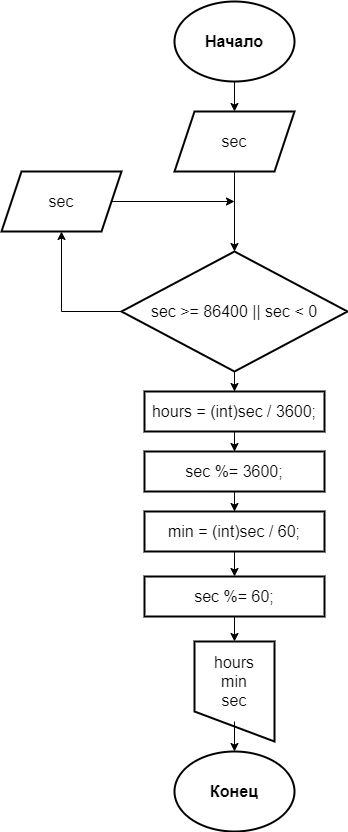
ga1kokuj1n/Lab1 keeps this draw.io diagram as Lab1/Lab1.2/Lab1.2.drawio.png. Above is the earlier version. Source tidied: cells renumbered, new cells last; positions are measured from the earlier drawing's top-left corner, leaving out a move shared by most shapes.
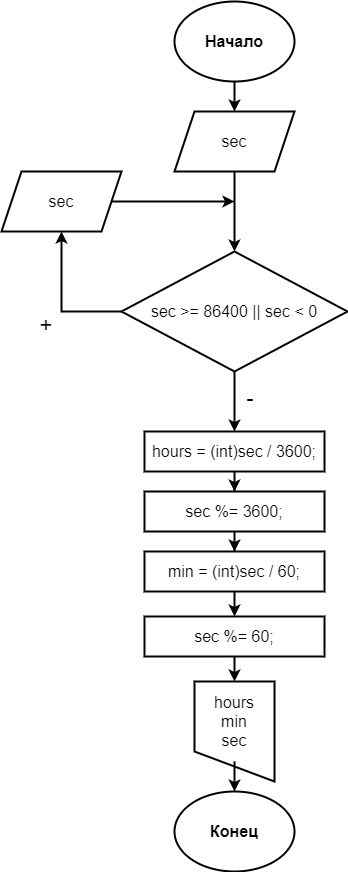
The same diagram one commit later.

The edit, as a diff of the source:
```diff
@@ -2,60 +2,60 @@
   <root>
     <mxCell id="0" />
     <mxCell id="1" parent="0" />
-    <mxCell id="2" style="edgeStyle=orthogonalEdgeStyle;rounded=0;jettySize=auto;html=1;entryX=0.5;entryY=0;entryDx=0;entryDy=0;fontSize=16;" parent="1" edge="1" source="3" target="5">
+    <mxCell id="2" style="edgeStyle=orthogonalEdgeStyle;rounded=0;jettySize=auto;html=1;entryX=0.5;entryY=0;entryDx=0;entryDy=0;fontSize=16;strokeWidth=2;" parent="1" edge="1" source="3" target="5">
       <mxGeometry relative="1" as="geometry" />
     </mxCell>
     <mxCell id="3" value="&lt;b&gt;&lt;font style=&quot;font-size: 16px&quot;&gt;Начало&lt;/font&gt;&lt;/b&gt;" style="ellipse;whiteSpace=wrap;html=1;strokeWidth=2;" parent="1" vertex="1">
-      <mxGeometry x="173" width="120" height="80" as="geometry" />
+      <mxGeometry x="173" y="-40" width="120" height="80" as="geometry" />
     </mxCell>
-    <mxCell id="4" style="edgeStyle=orthogonalEdgeStyle;rounded=0;jettySize=auto;html=1;entryX=0.5;entryY=0;entryDx=0;entryDy=0;fontSize=16;exitX=0.5;exitY=1;exitDx=0;exitDy=0;" parent="1" edge="1" source="5" target="8">
+    <mxCell id="4" style="edgeStyle=orthogonalEdgeStyle;rounded=0;jettySize=auto;html=1;entryX=0.5;entryY=0;entryDx=0;entryDy=0;fontSize=16;exitX=0.5;exitY=1;exitDx=0;exitDy=0;strokeWidth=2;" parent="1" edge="1" source="5" target="8">
       <mxGeometry relative="1" as="geometry" />
     </mxCell>
     <mxCell id="5" value="sec" style="shape=parallelogram;perimeter=parallelogramPerimeter;whiteSpace=wrap;html=1;fixedSize=1;fontSize=16;strokeWidth=2;" parent="1" vertex="1">
-      <mxGeometry x="173" y="110" width="120" height="60" as="geometry" />
+      <mxGeometry x="173" y="70" width="120" height="60" as="geometry" />
     </mxCell>
-    <mxCell id="6" style="rounded=0;jettySize=auto;html=1;fontSize=16;exitX=0;exitY=0.5;exitDx=0;exitDy=0;edgeStyle=orthogonalEdgeStyle;" parent="1" edge="1" source="8" target="10">
+    <mxCell id="6" style="rounded=0;jettySize=auto;html=1;fontSize=16;exitX=0;exitY=0.5;exitDx=0;exitDy=0;edgeStyle=orthogonalEdgeStyle;strokeWidth=2;" parent="1" edge="1" source="8" target="10">
       <mxGeometry relative="1" as="geometry" />
     </mxCell>
-    <mxCell id="7" style="edgeStyle=orthogonalEdgeStyle;rounded=0;jettySize=auto;html=1;entryX=0.5;entryY=0;entryDx=0;entryDy=0;fontSize=16;" parent="1" edge="1" source="8" target="12">
+    <mxCell id="7" style="edgeStyle=orthogonalEdgeStyle;rounded=0;jettySize=auto;html=1;entryX=0.5;entryY=0;entryDx=0;entryDy=0;fontSize=16;strokeWidth=2;" parent="1" edge="1" source="8" target="12">
       <mxGeometry relative="1" as="geometry" />
     </mxCell>
     <mxCell id="8" value="sec &amp;gt;= 86400 || sec &amp;lt; 0" style="rhombus;whiteSpace=wrap;html=1;fontSize=16;strokeWidth=2;" parent="1" vertex="1">
-      <mxGeometry x="120" y="250" width="226" height="120" as="geometry" />
+      <mxGeometry x="120" y="210" width="226" height="120" as="geometry" />
     </mxCell>
-    <mxCell id="9" style="edgeStyle=orthogonalEdgeStyle;rounded=0;jettySize=auto;html=1;fontSize=16;" parent="1" edge="1" source="10">
+    <mxCell id="9" style="edgeStyle=orthogonalEdgeStyle;rounded=0;jettySize=auto;html=1;fontSize=16;strokeWidth=2;" parent="1" edge="1" source="10">
       <mxGeometry relative="1" as="geometry">
-        <mxPoint x="233" y="200" as="targetPoint" />
+        <mxPoint x="233" y="160" as="targetPoint" />
       </mxGeometry>
     </mxCell>
     <mxCell id="10" value="sec" style="shape=parallelogram;perimeter=parallelogramPerimeter;whiteSpace=wrap;html=1;fixedSize=1;fontSize=16;strokeWidth=2;" parent="1" vertex="1">
-      <mxGeometry y="170" width="120" height="60" as="geometry" />
+      <mxGeometry y="130" width="120" height="60" as="geometry" />
     </mxCell>
-    <mxCell id="11" style="edgeStyle=orthogonalEdgeStyle;rounded=0;jettySize=auto;html=1;entryX=0.5;entryY=0;entryDx=0;entryDy=0;fontSize=16;" parent="1" edge="1" source="12" target="14">
+    <mxCell id="11" style="edgeStyle=orthogonalEdgeStyle;rounded=0;jettySize=auto;html=1;entryX=0.5;entryY=0;entryDx=0;entryDy=0;fontSize=16;strokeWidth=2;" parent="1" edge="1" source="12" target="14">
       <mxGeometry relative="1" as="geometry" />
     </mxCell>
     <mxCell id="12" value="hours = (int)sec / 3600;" style="whiteSpace=wrap;html=1;fontSize=16;strokeWidth=2;" parent="1" vertex="1">
       <mxGeometry x="143" y="390" width="180" height="40" as="geometry" />
     </mxCell>
-    <mxCell id="13" style="edgeStyle=orthogonalEdgeStyle;rounded=0;jettySize=auto;html=1;entryX=0.5;entryY=0;entryDx=0;entryDy=0;fontSize=16;" parent="1" edge="1" source="14" target="16">
+    <mxCell id="13" style="edgeStyle=orthogonalEdgeStyle;rounded=0;jettySize=auto;html=1;entryX=0.5;entryY=0;entryDx=0;entryDy=0;fontSize=16;strokeWidth=2;" parent="1" edge="1" source="14" target="16">
       <mxGeometry relative="1" as="geometry" />
     </mxCell>
     <mxCell id="14" value="sec %= 3600;" style="whiteSpace=wrap;html=1;fontSize=16;strokeWidth=2;" parent="1" vertex="1">
       <mxGeometry x="143" y="450" width="180" height="40" as="geometry" />
     </mxCell>
-    <mxCell id="15" style="edgeStyle=orthogonalEdgeStyle;rounded=0;jettySize=auto;html=1;entryX=0.5;entryY=0;entryDx=0;entryDy=0;fontSize=16;" parent="1" edge="1" source="16" target="18">
+    <mxCell id="15" style="edgeStyle=orthogonalEdgeStyle;rounded=0;jettySize=auto;html=1;entryX=0.5;entryY=0;entryDx=0;entryDy=0;fontSize=16;strokeWidth=2;" parent="1" edge="1" source="16" target="18">
       <mxGeometry relative="1" as="geometry" />
     </mxCell>
     <mxCell id="16" value="min = (int)sec / 60;" style="whiteSpace=wrap;html=1;fontSize=16;strokeWidth=2;" parent="1" vertex="1">
       <mxGeometry x="143" y="510" width="180" height="40" as="geometry" />
     </mxCell>
-    <mxCell id="17" style="edgeStyle=orthogonalEdgeStyle;rounded=0;jettySize=auto;html=1;fontSize=16;" parent="1" edge="1" source="18" target="20">
+    <mxCell id="17" style="edgeStyle=orthogonalEdgeStyle;rounded=0;jettySize=auto;html=1;fontSize=16;strokeWidth=2;" parent="1" edge="1" source="18" target="20">
       <mxGeometry relative="1" as="geometry" />
     </mxCell>
     <mxCell id="18" value="sec %= 60;" style="whiteSpace=wrap;html=1;fontSize=16;strokeWidth=2;" parent="1" vertex="1">
       <mxGeometry x="143" y="575" width="180" height="40" as="geometry" />
     </mxCell>
-    <mxCell id="19" style="group;" parent="1" vertex="1">
+    <mxCell id="19" style="group;strokeWidth=2;" parent="1" vertex="1">
       <mxGeometry x="193" y="640" width="80" height="100" as="geometry" />
     </mxCell>
     <mxCell id="20" style="shape=manualInput;whiteSpace=wrap;html=1;fontSize=16;strokeWidth=2;flipV=1;" parent="19" vertex="1">
@@ -67,8 +67,14 @@
     <mxCell id="22" value="&lt;span style=&quot;font-size: 16px&quot;&gt;&lt;b&gt;Конец&lt;/b&gt;&lt;/span&gt;" style="ellipse;whiteSpace=wrap;html=1;strokeWidth=2;" parent="1" vertex="1">
       <mxGeometry x="173" y="750" width="120" height="80" as="geometry" />
     </mxCell>
-    <mxCell id="23" style="edgeStyle=orthogonalEdgeStyle;rounded=0;jettySize=auto;html=1;exitX=0.5;exitY=1;exitDx=0;exitDy=0;entryX=0.5;entryY=0;entryDx=0;entryDy=0;fontSize=16;" parent="1" edge="1" source="21" target="22">
+    <mxCell id="23" style="edgeStyle=orthogonalEdgeStyle;rounded=0;jettySize=auto;html=1;exitX=0.5;exitY=1;exitDx=0;exitDy=0;entryX=0.5;entryY=0;entryDx=0;entryDy=0;fontSize=16;strokeWidth=2;" parent="1" edge="1" source="21" target="22">
       <mxGeometry relative="1" as="geometry" />
     </mxCell>
+    <mxCell id="24" value="&lt;font style=&quot;font-size: 22px&quot;&gt;-&lt;/font&gt;" style="whiteSpace=wrap;html=1;fontSize=19;strokeWidth=2;fillColor=none;strokeColor=none;" parent="1" vertex="1">
+      <mxGeometry x="209" y="317" width="80" height="80" as="geometry" />
+    </mxCell>
+    <mxCell id="25" value="&lt;font style=&quot;font-size: 22px&quot;&gt;+&lt;/font&gt;" style="whiteSpace=wrap;html=1;fontSize=19;strokeWidth=2;fillColor=none;strokeColor=none;" parent="1" vertex="1">
+      <mxGeometry x="5" y="244" width="80" height="80" as="geometry" />
+    </mxCell>
   </root>
 </mxGraphModel>
```
